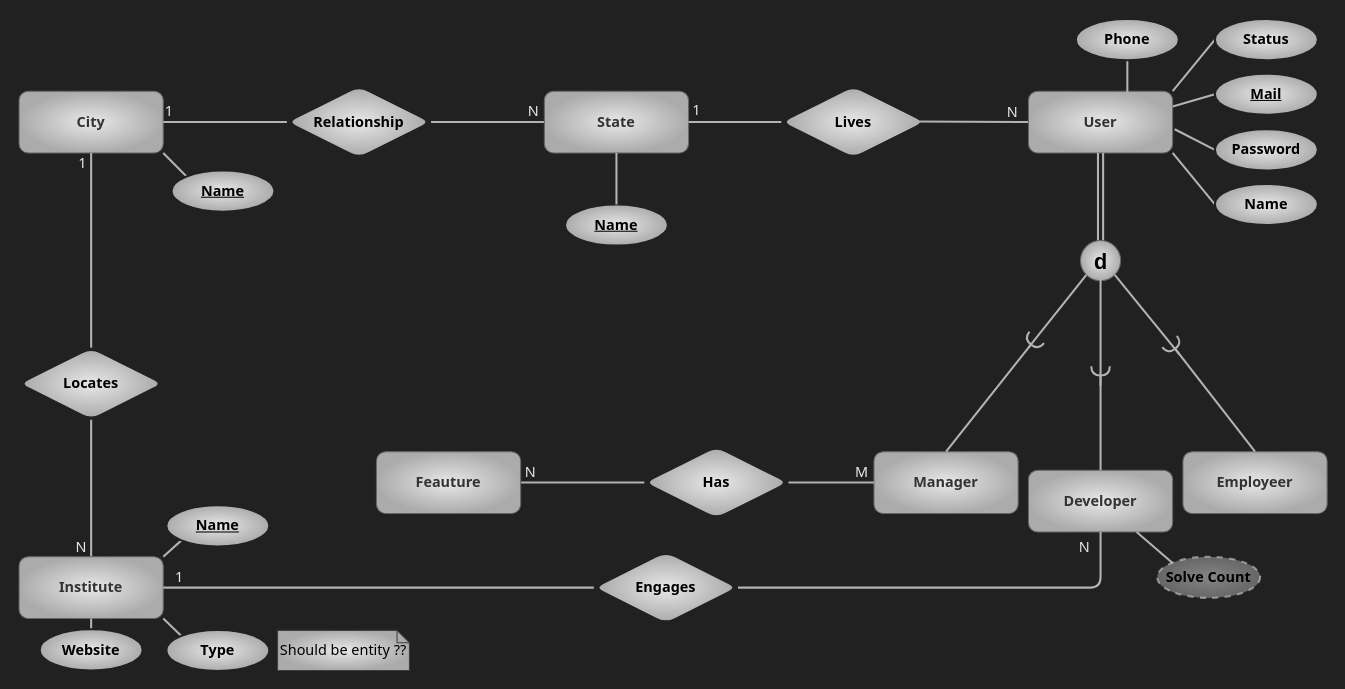
Earlier version of the draw.io diagram page "authentication" (3 of 5) of er.drawio (kntu-db/quera-db). Source tidied: cells renumbered, new cells numbered last; positions are measured from the earlier drawing's top-left corner, leaving out a move shared by most shapes. Both pictures are drawn from the tidied source at 103%, with x=0, y=0 at pixel (19, 19).
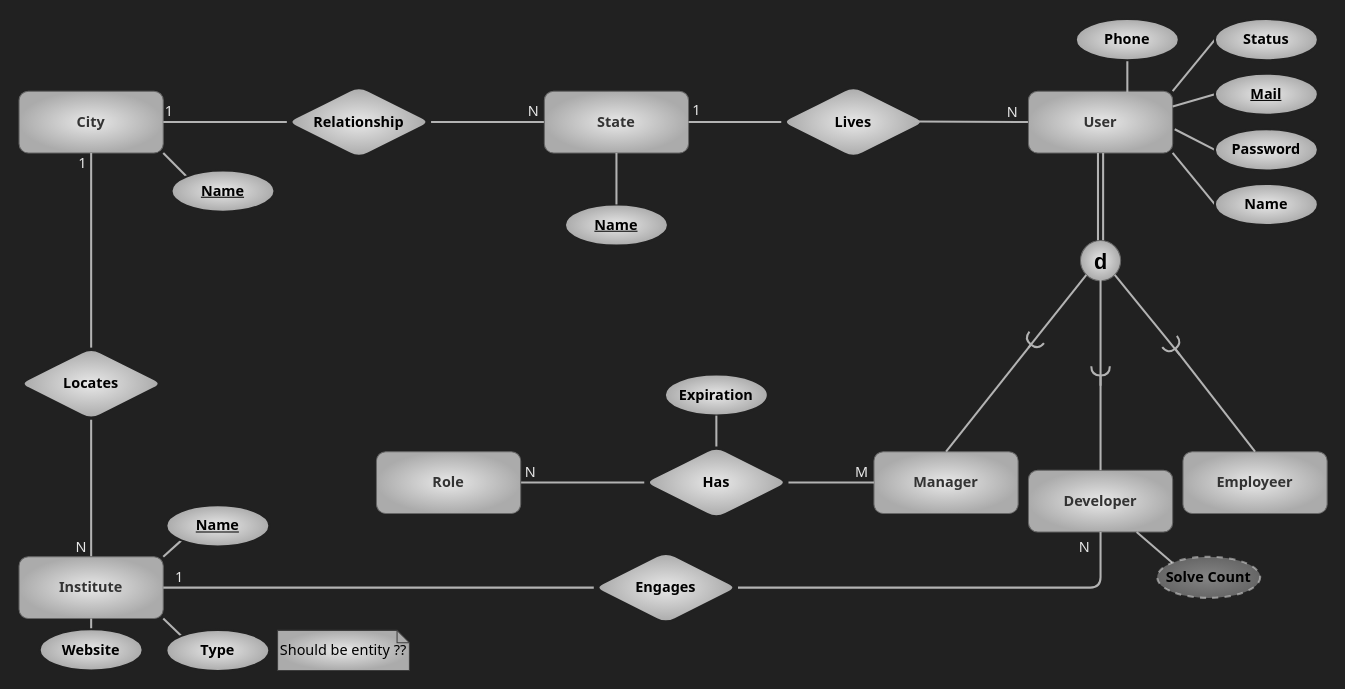
The same page after the edit.

Commit message (it also covers changes not shown here):
Add DDL for authentication - rename feature to role

The change refers to these unchanged cells:
```xml
<mxCell id="68" value="Has" style="shape=rhombus;perimeter=rhombusPerimeter;whiteSpace=wrap;html=1;align=center;rounded=1;labelBackgroundColor=none;fontFamily=Tahoma;fontSize=14;fontColor=#000000;strokeColor=#212121;strokeWidth=2;fillColor=#E8E8E8;gradientColor=#ABABAB;gradientDirection=radial;fontStyle=1;" parent="1" vertex="1">
  <mxGeometry x="607" y="415" width="140" height="70" as="geometry" />
</mxCell>
```

The edit, as a diff of the source:
```diff
@@
-    <mxCell id="67" value="Feauture" style="whiteSpace=wrap;html=1;align=center;fontFamily=Tahoma;rounded=1;fillColor=#E8E8E8;strokeColor=#666666;fontColor=#333333;gradientColor=#ABABAB;gradientDirection=radial;fontSize=14;labelBackgroundColor=none;fontStyle=1;" parent="1" vertex="1">
+    <mxCell id="67" value="Role" style="whiteSpace=wrap;html=1;align=center;fontFamily=Tahoma;rounded=1;fillColor=#E8E8E8;strokeColor=#666666;fontColor=#333333;gradientColor=#ABABAB;gradientDirection=radial;fontSize=14;labelBackgroundColor=none;fontStyle=1;" parent="1" vertex="1">
       <mxGeometry x="347" y="420" width="140" height="60" as="geometry" />
     </mxCell>
@@
+    <mxCell id="69" value="Expiration" style="ellipse;whiteSpace=wrap;html=1;align=center;rounded=1;labelBackgroundColor=none;fontFamily=Tahoma;fontSize=14;fontColor=#000000;strokeColor=#212121;strokeWidth=2;fillColor=#E8E8E8;gradientColor=#ABABAB;gradientDirection=radial;fontStyle=1;" parent="1" vertex="1">
+      <mxGeometry x="627" y="345" width="100" height="40" as="geometry" />
+    </mxCell>
+    <mxCell id="70" style="endArrow=none;html=1;rounded=1;fontFamily=Tahoma;fontSize=14;fontColor=#000000;strokeWidth=2;sketch=0;shadow=0;fillColor=none;strokeColor=#B3B3B3;entryX=0.5;entryY=0;entryDx=0;entryDy=0;exitX=0.5;exitY=1;exitDx=0;exitDy=0;" parent="1" edge="1" source="69" target="68">
+      <mxGeometry relative="1" as="geometry" />
+    </mxCell>
```
